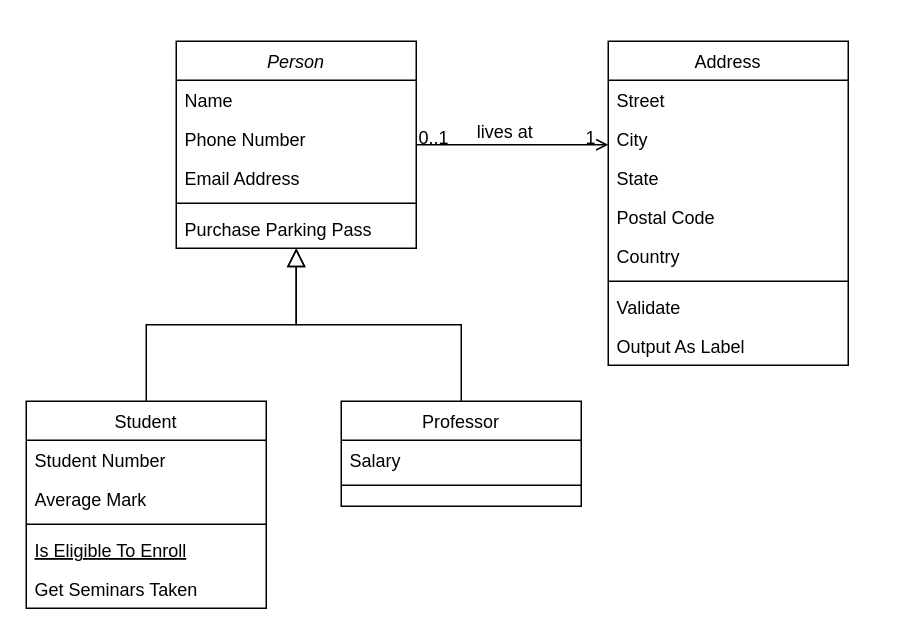
This is diagrams/PresentationUML.drawio from viewtifultiger/Comp380Project, a draw.io file, before an edit. Source tidied: cells renumbered, new cells numbered last; positions are measured from the earlier drawing's top-left corner, leaving out a move shared by most shapes. Both pictures are drawn from the tidied source at 150%, with x=0, y=0 at pixel (26, 40).
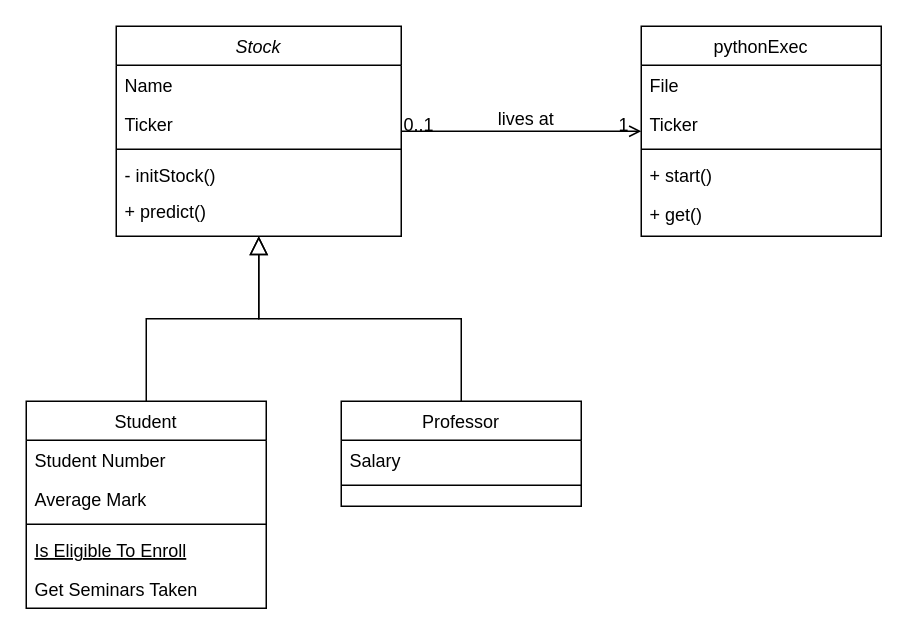
After the change.

What changed in the source:
```diff
@@
-    <mxCell id="2" value="Person" style="swimlane;fontStyle=2;align=center;verticalAlign=top;horizontal=1;startSize=26;rounded=0;shadow=0;strokeWidth=1;" parent="1" vertex="1">
-      <mxGeometry x="100" width="160" height="138" as="geometry" />
+    <mxCell id="2" value="Stock" style="swimlane;fontStyle=2;align=center;verticalAlign=top;horizontal=1;startSize=26;rounded=0;shadow=0;strokeWidth=1;" parent="1" vertex="1">
+      <mxGeometry x="60" y="-10" width="190" height="140" as="geometry" />
     </mxCell>
     <mxCell id="3" value="Name" style="text;align=left;verticalAlign=top;spacingLeft=4;spacingRight=4;overflow=hidden;" parent="2" vertex="1">
-      <mxGeometry y="26" width="160" height="26" as="geometry" />
+      <mxGeometry y="26" width="190" height="26" as="geometry" />
     </mxCell>
-    <mxCell id="4" value="Phone Number" style="text;align=left;verticalAlign=top;spacingLeft=4;spacingRight=4;overflow=hidden;rounded=0;shadow=0;html=0;" parent="2" vertex="1">
-      <mxGeometry y="52" width="160" height="26" as="geometry" />
+    <mxCell id="4" value="Ticker" style="text;align=left;verticalAlign=top;spacingLeft=4;spacingRight=4;overflow=hidden;rounded=0;shadow=0;html=0;" parent="2" vertex="1">
+      <mxGeometry y="52" width="190" height="26" as="geometry" />
     </mxCell>
-    <mxCell id="5" value="Email Address" style="text;align=left;verticalAlign=top;spacingLeft=4;spacingRight=4;overflow=hidden;rounded=0;shadow=0;html=0;" parent="2" vertex="1">
-      <mxGeometry y="78" width="160" height="26" as="geometry" />
-    </mxCell>
     <mxCell id="6" style="line;html=1;strokeWidth=1;align=left;verticalAlign=middle;spacingTop=-1;spacingLeft=3;spacingRight=3;labelPosition=right;" parent="2" vertex="1">
-      <mxGeometry y="104" width="160" height="8" as="geometry" />
+      <mxGeometry y="78" width="190" height="8" as="geometry" />
     </mxCell>
-    <mxCell id="7" value="Purchase Parking Pass" style="text;align=left;verticalAlign=top;spacingLeft=4;spacingRight=4;overflow=hidden;" parent="2" vertex="1">
-      <mxGeometry y="112" width="160" height="26" as="geometry" />
+    <mxCell id="7" value="- initStock()" style="text;align=left;verticalAlign=top;spacingLeft=4;spacingRight=4;overflow=hidden;" parent="2" vertex="1">
+      <mxGeometry y="86" width="190" height="24" as="geometry" />
     </mxCell>
+    <mxCell id="32" value="+ predict()" style="text;align=left;verticalAlign=top;spacingLeft=4;spacingRight=4;overflow=hidden;" parent="2" vertex="1">
+      <mxGeometry y="110" width="190" height="26" as="geometry" />
+    </mxCell>
@@
-    <mxCell id="19" value="Address" style="swimlane;fontStyle=0;align=center;verticalAlign=top;horizontal=1;startSize=26;rounded=0;shadow=0;strokeWidth=1;" parent="1" vertex="1">
-      <mxGeometry x="388" width="160" height="216" as="geometry" />
+    <mxCell id="19" value="pythonExec" style="swimlane;fontStyle=0;align=center;verticalAlign=top;horizontal=1;startSize=26;rounded=0;shadow=0;strokeWidth=1;" parent="1" vertex="1">
+      <mxGeometry x="410" y="-10" width="160" height="140" as="geometry" />
     </mxCell>
-    <mxCell id="20" value="Street" style="text;align=left;verticalAlign=top;spacingLeft=4;spacingRight=4;overflow=hidden;" parent="19" vertex="1">
+    <mxCell id="20" value="File" style="text;align=left;verticalAlign=top;spacingLeft=4;spacingRight=4;overflow=hidden;" parent="19" vertex="1">
       <mxGeometry y="26" width="160" height="26" as="geometry" />
     </mxCell>
-    <mxCell id="21" value="City" style="text;align=left;verticalAlign=top;spacingLeft=4;spacingRight=4;overflow=hidden;rounded=0;shadow=0;html=0;" parent="19" vertex="1">
+    <mxCell id="21" value="Ticker" style="text;align=left;verticalAlign=top;spacingLeft=4;spacingRight=4;overflow=hidden;rounded=0;shadow=0;html=0;" parent="19" vertex="1">
       <mxGeometry y="52" width="160" height="26" as="geometry" />
     </mxCell>
-    <mxCell id="22" value="State" style="text;align=left;verticalAlign=top;spacingLeft=4;spacingRight=4;overflow=hidden;rounded=0;shadow=0;html=0;" parent="19" vertex="1">
-      <mxGeometry y="78" width="160" height="26" as="geometry" />
-    </mxCell>
-    <mxCell id="23" value="Postal Code" style="text;align=left;verticalAlign=top;spacingLeft=4;spacingRight=4;overflow=hidden;rounded=0;shadow=0;html=0;" parent="19" vertex="1">
-      <mxGeometry y="104" width="160" height="26" as="geometry" />
-    </mxCell>
-    <mxCell id="24" value="Country" style="text;align=left;verticalAlign=top;spacingLeft=4;spacingRight=4;overflow=hidden;rounded=0;shadow=0;html=0;" parent="19" vertex="1">
-      <mxGeometry y="130" width="160" height="26" as="geometry" />
-    </mxCell>
     <mxCell id="25" style="line;html=1;strokeWidth=1;align=left;verticalAlign=middle;spacingTop=-1;spacingLeft=3;spacingRight=3;labelPosition=right;" parent="19" vertex="1">
-      <mxGeometry y="156" width="160" height="8" as="geometry" />
+      <mxGeometry y="78" width="160" height="8" as="geometry" />
     </mxCell>
-    <mxCell id="26" value="Validate" style="text;align=left;verticalAlign=top;spacingLeft=4;spacingRight=4;overflow=hidden;" parent="19" vertex="1">
-      <mxGeometry y="164" width="160" height="26" as="geometry" />
+    <mxCell id="26" value="+ start()" style="text;align=left;verticalAlign=top;spacingLeft=4;spacingRight=4;overflow=hidden;" parent="19" vertex="1">
+      <mxGeometry y="86" width="160" height="26" as="geometry" />
     </mxCell>
-    <mxCell id="27" value="Output As Label" style="text;align=left;verticalAlign=top;spacingLeft=4;spacingRight=4;overflow=hidden;" parent="19" vertex="1">
-      <mxGeometry y="190" width="160" height="26" as="geometry" />
+    <mxCell id="27" value="+ get()" style="text;align=left;verticalAlign=top;spacingLeft=4;spacingRight=4;overflow=hidden;" parent="19" vertex="1">
+      <mxGeometry y="112" width="160" height="26" as="geometry" />
     </mxCell>
```
